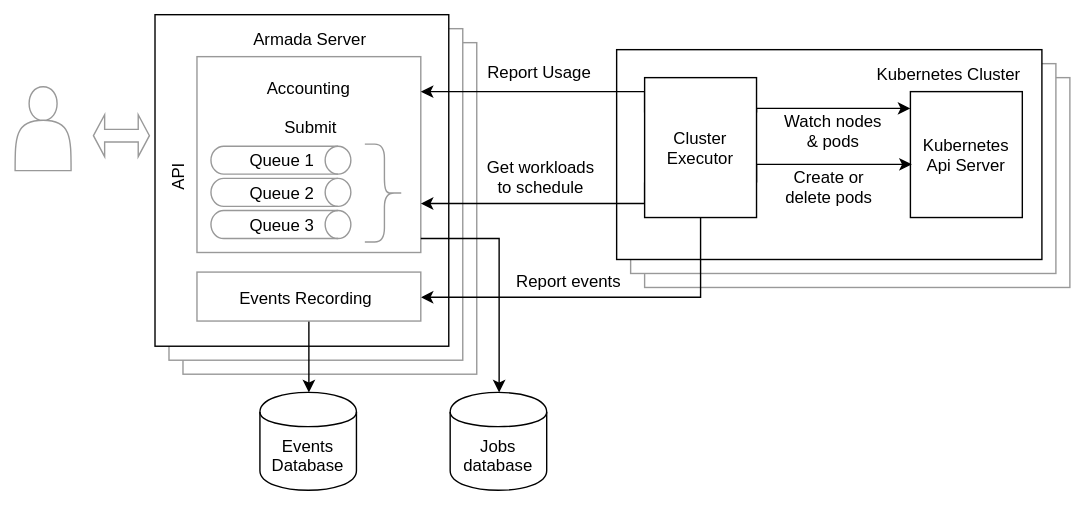
This is docs/batch-api.svg from armadaproject/armada, a draw.io export, as it was before one commit. Source tidied: cells renumbered, new cells last; positions are measured from the earlier drawing's top-left corner, leaving out a move shared by most shapes.
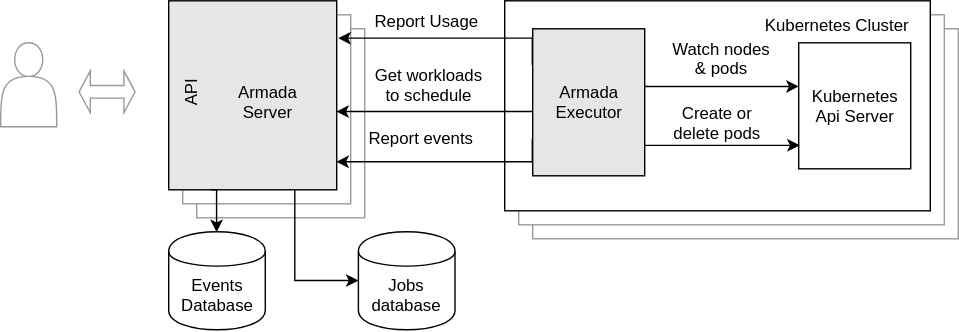
Above is the later version.

Diff of the diagram source:
```diff
@@ -2,138 +2,113 @@
   <root>
     <mxCell id="0" />
     <mxCell id="1" parent="0" />
-    <mxCell id="2" style="rounded=0;whiteSpace=wrap;html=1;strokeColor=#999999;" parent="1" vertex="1">
-      <mxGeometry x="120" y="20" width="210" height="237" as="geometry" />
-    </mxCell>
-    <mxCell id="3" style="rounded=0;whiteSpace=wrap;html=1;strokeColor=#999999;" parent="1" vertex="1">
-      <mxGeometry x="110" y="10" width="210" height="237" as="geometry" />
-    </mxCell>
+    <mxCell id="38" style="rounded=0;whiteSpace=wrap;html=1;strokeColor=#999999;fontFamily=Helvetica;" parent="1" vertex="1">
+      <mxGeometry x="210" y="45" width="120" height="135" as="geometry" />
+    </mxCell>
+    <mxCell id="39" style="rounded=0;whiteSpace=wrap;html=1;strokeColor=#999999;fontFamily=Helvetica;" parent="1" vertex="1">
+      <mxGeometry x="200" y="35" width="120" height="135" as="geometry" />
+    </mxCell>
+    <mxCell id="40" style="edgeStyle=orthogonalEdgeStyle;rounded=0;jettySize=auto;html=1;exitX=0.75;exitY=1;exitDx=0;exitDy=0;entryX=0;entryY=0.5;entryDx=0;entryDy=0;fontFamily=Helvetica;" parent="1" edge="1" source="4" target="35">
+      <mxGeometry relative="1" as="geometry" />
+    </mxCell>
-    <mxCell id="4" style="rounded=0;whiteSpace=wrap;html=1;" parent="1" vertex="1">
-      <mxGeometry x="100" width="210" height="237" as="geometry" />
+    <mxCell id="4" style="rounded=0;whiteSpace=wrap;html=1;fillColor=#E6E6E6;fontFamily=Helvetica;" parent="1" vertex="1">
+      <mxGeometry x="190" y="25" width="120" height="135" as="geometry" />
     </mxCell>
-    <mxCell id="5" style="rounded=0;whiteSpace=wrap;html=1;strokeColor=#999999;" parent="1" vertex="1">
+    <mxCell id="5" style="rounded=0;whiteSpace=wrap;html=1;strokeColor=#999999;fontFamily=Helvetica;" parent="1" vertex="1">
       <mxGeometry x="450" y="45" width="304" height="150" as="geometry" />
     </mxCell>
-    <mxCell id="6" style="rounded=0;whiteSpace=wrap;html=1;strokeColor=#999999;" parent="1" vertex="1">
+    <mxCell id="6" style="rounded=0;whiteSpace=wrap;html=1;strokeColor=#999999;fontFamily=Helvetica;" parent="1" vertex="1">
       <mxGeometry x="440" y="35" width="304" height="150" as="geometry" />
     </mxCell>
-    <mxCell id="7" style="rounded=0;whiteSpace=wrap;html=1;" parent="1" vertex="1">
+    <mxCell id="7" style="rounded=0;whiteSpace=wrap;html=1;fontFamily=Helvetica;" parent="1" vertex="1">
       <mxGeometry x="430" y="25" width="304" height="150" as="geometry" />
     </mxCell>
-    <mxCell id="8" style="rounded=0;whiteSpace=wrap;html=1;strokeColor=#999;" parent="1" vertex="1">
-      <mxGeometry x="130" y="30" width="160" height="140" as="geometry" />
-    </mxCell>
-    <mxCell id="9" value="Submit" style="text;html=1;strokeColor=none;fillColor=none;align=center;verticalAlign=middle;whiteSpace=wrap;rounded=0;direction=south;" parent="1" vertex="1">
-      <mxGeometry x="177.5" y="49.5" width="65" height="60" as="geometry" />
-    </mxCell>
-    <mxCell id="10" value="Kubernetes Api Server" style="rounded=0;whiteSpace=wrap;html=1;" parent="1" vertex="1">
+    <mxCell id="10" value="Kubernetes Api Server" style="rounded=0;whiteSpace=wrap;html=1;fontFamily=Helvetica;" parent="1" vertex="1">
       <mxGeometry x="640" y="55" width="80" height="90" as="geometry" />
     </mxCell>
-    <mxCell id="11" style="edgeStyle=orthogonalEdgeStyle;rounded=0;jettySize=auto;html=1;exitX=1;exitY=0.75;exitDx=0;exitDy=0;" parent="1" edge="1" source="27">
+    <mxCell id="11" style="edgeStyle=orthogonalEdgeStyle;rounded=0;orthogonalLoop=1;jettySize=auto;html=1;exitX=1;exitY=0.75;exitDx=0;exitDy=0;fontFamily=Helvetica;" parent="1" edge="1">
       <mxGeometry relative="1" as="geometry">
-        <mxPoint x="641" y="106.5" as="targetPoint" />
+        <mxPoint x="530" y="145.7" as="sourcePoint" />
+        <mxPoint x="641" y="128.5" as="targetPoint" />
         <Array as="points">
-          <mxPoint x="530" y="106.5" />
+          <mxPoint x="530" y="128.5" />
         </Array>
       </mxGeometry>
     </mxCell>
-    <mxCell id="12" value="Kubernetes Cluster" style="text;html=1;strokeColor=none;fillColor=none;align=right;verticalAlign=middle;whiteSpace=wrap;rounded=0;" parent="1" vertex="1">
+    <mxCell id="12" value="Kubernetes Cluster" style="text;html=1;strokeColor=none;fillColor=none;align=right;verticalAlign=middle;whiteSpace=wrap;rounded=0;fontFamily=Helvetica;" parent="1" vertex="1">
       <mxGeometry x="550" y="32" width="170" height="20" as="geometry" />
     </mxCell>
-    <mxCell id="13" value="Queue 1" style="strokeWidth=1;html=1;shape=mxgraph.flowchart.direct_data;whiteSpace=wrap;strokeColor=#999999;" parent="1" vertex="1">
-      <mxGeometry x="140" y="94" width="100" height="20" as="geometry" />
-    </mxCell>
-    <mxCell id="14" value="Queue 2" style="strokeWidth=1;html=1;shape=mxgraph.flowchart.direct_data;whiteSpace=wrap;strokeColor=#999999;" parent="1" vertex="1">
-      <mxGeometry x="140" y="117" width="100" height="20" as="geometry" />
-    </mxCell>
-    <mxCell id="15" value="Queue 3" style="strokeWidth=1;html=1;shape=mxgraph.flowchart.direct_data;whiteSpace=wrap;strokeColor=#999999;" parent="1" vertex="1">
-      <mxGeometry x="140" y="140" width="100" height="20" as="geometry" />
-    </mxCell>
-    <mxCell id="16" style="shape=curlyBracket;whiteSpace=wrap;html=1;rounded=1;strokeColor=#999999;strokeWidth=1;rotation=180;" parent="1" vertex="1">
-      <mxGeometry x="250" y="92.5" width="28" height="70" as="geometry" />
-    </mxCell>
-    <mxCell id="17" value="Accounting" style="text;html=1;strokeColor=none;fillColor=none;align=center;verticalAlign=middle;whiteSpace=wrap;rounded=0;" parent="1" vertex="1">
-      <mxGeometry x="165" y="41.5" width="90" height="20" as="geometry" />
-    </mxCell>
-    <mxCell id="18" value="Watch nodes &amp;amp; pods" style="text;html=1;strokeColor=none;fillColor=none;align=center;verticalAlign=middle;whiteSpace=wrap;rounded=0;" parent="1" vertex="1">
-      <mxGeometry x="545" y="73" width="80" height="20" as="geometry" />
+    <mxCell id="18" value="Watch nodes &amp;amp; pods" style="text;html=1;strokeColor=none;fillColor=none;align=center;verticalAlign=middle;whiteSpace=wrap;rounded=0;fontFamily=Helvetica;" parent="1" vertex="1">
+      <mxGeometry x="545" y="56" width="80" height="20" as="geometry" />
     </mxCell>
-    <mxCell id="19" value="Create or delete pods" style="text;html=1;strokeColor=none;fillColor=none;align=center;verticalAlign=middle;whiteSpace=wrap;rounded=0;" parent="1" vertex="1">
-      <mxGeometry x="542" y="111.5" width="80" height="22" as="geometry" />
+    <mxCell id="19" value="Create or delete pods" style="text;html=1;strokeColor=none;fillColor=none;align=center;verticalAlign=middle;whiteSpace=wrap;rounded=0;fontFamily=Helvetica;" parent="1" vertex="1">
+      <mxGeometry x="542" y="101.5" width="80" height="22" as="geometry" />
     </mxCell>
-    <mxCell id="20" value="Get workloads to schedule" style="text;html=1;strokeColor=none;fillColor=none;align=center;verticalAlign=middle;whiteSpace=wrap;rounded=0;" parent="1" vertex="1">
-      <mxGeometry x="336" y="109" width="80" height="13" as="geometry" />
+    <mxCell id="20" value="Get workloads to schedule" style="text;html=1;strokeColor=none;fillColor=none;align=center;verticalAlign=middle;whiteSpace=wrap;rounded=0;fontFamily=Helvetica;" parent="1" vertex="1">
+      <mxGeometry x="336" y="79" width="80" height="13" as="geometry" />
     </mxCell>
-    <mxCell id="21" style="shape=actor;whiteSpace=wrap;html=1;strokeColor=#999999;strokeWidth=1;" parent="1" vertex="1">
-      <mxGeometry y="51.5" width="40" height="60" as="geometry" />
+    <mxCell id="21" style="shape=actor;whiteSpace=wrap;html=1;strokeColor=#999999;strokeWidth=1;fontFamily=Helvetica;" parent="1" vertex="1">
+      <mxGeometry x="70" y="55" width="40" height="60" as="geometry" />
     </mxCell>
-    <mxCell id="22" style="shape=doubleArrow;whiteSpace=wrap;html=1;strokeColor=#999999;strokeWidth=1;" parent="1" vertex="1">
-      <mxGeometry x="56" y="71.5" width="40" height="30" as="geometry" />
+    <mxCell id="22" style="shape=doubleArrow;whiteSpace=wrap;html=1;strokeColor=#999999;strokeWidth=1;fontFamily=Helvetica;" parent="1" vertex="1">
+      <mxGeometry x="126" y="75" width="40" height="30" as="geometry" />
     </mxCell>
-    <mxCell id="23" style="edgeStyle=orthogonalEdgeStyle;rounded=0;jettySize=auto;html=1;exitX=0;exitY=0.75;exitDx=0;exitDy=0;" parent="1" edge="1" source="27" target="8">
+    <mxCell id="23" style="edgeStyle=orthogonalEdgeStyle;rounded=0;orthogonalLoop=1;jettySize=auto;html=1;exitX=0;exitY=0.75;exitDx=0;exitDy=0;fontFamily=Helvetica;" parent="1" edge="1">
       <mxGeometry relative="1" as="geometry">
+        <mxPoint x="450.3" y="90" as="sourcePoint" />
+        <mxPoint x="310" y="104" as="targetPoint" />
         <Array as="points">
-          <mxPoint x="450" y="134.5" />
+          <mxPoint x="450" y="104.5" />
         </Array>
       </mxGeometry>
     </mxCell>
-    <mxCell id="24" style="edgeStyle=orthogonalEdgeStyle;rounded=0;jettySize=auto;html=1;exitX=0.5;exitY=1;exitDx=0;exitDy=0;entryX=1;entryY=0.5;entryDx=0;entryDy=0;" parent="1" edge="1" source="27" target="30">
-      <mxGeometry relative="1" as="geometry" />
-    </mxCell>
-    <mxCell id="25" style="edgeStyle=orthogonalEdgeStyle;rounded=0;jettySize=auto;html=1;exitX=0;exitY=0.25;exitDx=0;exitDy=0;" parent="1" edge="1" source="27">
+    <mxCell id="25" style="edgeStyle=orthogonalEdgeStyle;rounded=0;jettySize=auto;html=1;exitX=0;exitY=0.25;exitDx=0;exitDy=0;entryX=1.01;entryY=0.199;entryDx=0;entryDy=0;entryPerimeter=0;fontFamily=Helvetica;" parent="1" edge="1" source="27" target="4">
       <mxGeometry relative="1" as="geometry">
-        <mxPoint x="290" y="54.5" as="targetPoint" />
         <Array as="points">
-          <mxPoint x="450" y="54.5" />
-          <mxPoint x="290" y="54.5" />
+          <mxPoint x="450" y="52" />
         </Array>
       </mxGeometry>
     </mxCell>
-    <mxCell id="26" style="edgeStyle=orthogonalEdgeStyle;rounded=0;jettySize=auto;html=1;exitX=1;exitY=0.25;exitDx=0;exitDy=0;" parent="1" edge="1" source="27">
+    <mxCell id="26" style="edgeStyle=orthogonalEdgeStyle;rounded=0;orthogonalLoop=1;jettySize=auto;html=1;exitX=1;exitY=0.25;exitDx=0;exitDy=0;fontFamily=Helvetica;" parent="1" edge="1">
       <mxGeometry relative="1" as="geometry">
-        <mxPoint x="640" y="66.5" as="targetPoint" />
+        <mxPoint x="530" y="91.3" as="sourcePoint" />
+        <mxPoint x="640" y="86.5" as="targetPoint" />
         <Array as="points">
-          <mxPoint x="530" y="66.5" />
-          <mxPoint x="640" y="66.5" />
+          <mxPoint x="530" y="86.5" />
+          <mxPoint x="640" y="86.5" />
         </Array>
       </mxGeometry>
     </mxCell>
+    <mxCell id="41" style="edgeStyle=orthogonalEdgeStyle;rounded=0;jettySize=auto;html=1;exitX=0;exitY=0.75;exitDx=0;exitDy=0;entryX=1;entryY=0.852;entryDx=0;entryDy=0;entryPerimeter=0;fontFamily=Helvetica;" parent="1" edge="1" source="27" target="4">
+      <mxGeometry relative="1" as="geometry">
+        <Array as="points">
+          <mxPoint x="450" y="140" />
+        </Array>
+      </mxGeometry>
+    </mxCell>
-    <mxCell id="27" value="Cluster Executor" style="rounded=0;whiteSpace=wrap;html=1;" parent="1" vertex="1">
-      <mxGeometry x="450" y="45" width="80" height="100" as="geometry" />
+    <mxCell id="27" value="Armada Executor" style="rounded=0;whiteSpace=wrap;html=1;fillColor=#E6E6E6;fontFamily=Helvetica;" parent="1" vertex="1">
+      <mxGeometry x="450" y="45" width="80" height="105" as="geometry" />
     </mxCell>
-    <mxCell id="28" value="API" style="rounded=0;whiteSpace=wrap;html=1;rotation=-90;strokeColor=none;" parent="1" vertex="1">
-      <mxGeometry x="27" y="105.5" width="178" height="20" as="geometry" />
+    <mxCell id="28" value="API" style="rounded=0;whiteSpace=wrap;html=1;rotation=-90;strokeColor=none;fillColor=none;fontFamily=Helvetica;" parent="1" vertex="1">
+      <mxGeometry x="145" y="81" width="121" height="20" as="geometry" />
     </mxCell>
-    <mxCell id="29" style="edgeStyle=orthogonalEdgeStyle;rounded=0;jettySize=auto;html=1;exitX=0.5;exitY=1;exitDx=0;exitDy=0;entryX=0.5;entryY=0;entryDx=0;entryDy=0;" parent="1" edge="1" source="30" target="34">
+    <mxCell id="29" style="edgeStyle=orthogonalEdgeStyle;rounded=0;jettySize=auto;html=1;exitX=0.25;exitY=1;exitDx=0;exitDy=0;entryX=0.5;entryY=0;entryDx=0;entryDy=0;fontFamily=Helvetica;" parent="1" edge="1" source="4" target="34">
       <mxGeometry relative="1" as="geometry" />
     </mxCell>
-    <mxCell id="30" style="rounded=0;whiteSpace=wrap;html=1;strokeColor=#999;" parent="1" vertex="1">
-      <mxGeometry x="130" y="184" width="160" height="35" as="geometry" />
-    </mxCell>
-    <mxCell id="31" value="Report events" style="text;html=1;strokeColor=none;fillColor=none;align=center;verticalAlign=middle;whiteSpace=wrap;rounded=0;" parent="1" vertex="1">
-      <mxGeometry x="354.5" y="183.5" width="80" height="13" as="geometry" />
+    <mxCell id="31" value="Report events" style="text;html=1;strokeColor=none;fillColor=none;align=center;verticalAlign=middle;whiteSpace=wrap;rounded=0;fontFamily=Helvetica;" parent="1" vertex="1">
+      <mxGeometry x="330" y="116" width="80" height="13" as="geometry" />
     </mxCell>
-    <mxCell id="32" value="Events Recording&lt;br&gt;" style="text;html=1;strokeColor=none;fillColor=none;align=center;verticalAlign=middle;whiteSpace=wrap;rounded=0;" parent="1" vertex="1">
-      <mxGeometry x="134" y="192" width="146" height="20" as="geometry" />
-    </mxCell>
-    <mxCell id="33" value="Report Usage" style="text;html=1;strokeColor=none;fillColor=none;align=center;verticalAlign=middle;whiteSpace=wrap;rounded=0;" parent="1" vertex="1">
-      <mxGeometry x="334" y="34.5" width="80" height="13" as="geometry" />
+    <mxCell id="33" value="Report Usage" style="text;html=1;strokeColor=none;fillColor=none;align=center;verticalAlign=middle;whiteSpace=wrap;rounded=0;fontFamily=Helvetica;" parent="1" vertex="1">
+      <mxGeometry x="334" y="32" width="80" height="13" as="geometry" />
     </mxCell>
-    <mxCell id="34" value="Events Database" style="shape=cylinder;whiteSpace=wrap;html=1;boundedLbl=1;backgroundOutline=1;" parent="1" vertex="1">
-      <mxGeometry x="175" y="270" width="69" height="70" as="geometry" />
+    <mxCell id="34" value="Events Database" style="shape=cylinder;whiteSpace=wrap;html=1;boundedLbl=1;backgroundOutline=1;fontFamily=Helvetica;" parent="1" vertex="1">
+      <mxGeometry x="190" y="190" width="69" height="70" as="geometry" />
     </mxCell>
-    <mxCell id="35" value="Jobs database" style="shape=cylinder;whiteSpace=wrap;html=1;boundedLbl=1;backgroundOutline=1;" parent="1" vertex="1">
-      <mxGeometry x="311" y="270" width="69" height="70" as="geometry" />
+    <mxCell id="35" value="Jobs database" style="shape=cylinder;whiteSpace=wrap;html=1;boundedLbl=1;backgroundOutline=1;fontFamily=Helvetica;" parent="1" vertex="1">
+      <mxGeometry x="325.5" y="190" width="69" height="70" as="geometry" />
     </mxCell>
-    <mxCell id="36" value="Armada Server" style="text;html=1;strokeColor=none;fillColor=none;align=center;verticalAlign=middle;whiteSpace=wrap;rounded=0;" parent="1" vertex="1">
-      <mxGeometry x="165" y="6.5" width="90" height="20" as="geometry" />
+    <mxCell id="36" value="&lt;div&gt;Armada &lt;br&gt;&lt;/div&gt;&lt;div&gt;Server&lt;/div&gt;" style="text;html=1;strokeColor=none;fillColor=none;align=center;verticalAlign=middle;whiteSpace=wrap;rounded=0;fontFamily=Helvetica;" parent="1" vertex="1">
+      <mxGeometry x="220" y="87" width="80" height="20" as="geometry" />
     </mxCell>
-    <mxCell id="37" style="edgeStyle=orthogonalEdgeStyle;rounded=0;jettySize=auto;html=1;entryX=0.5;entryY=0;entryDx=0;entryDy=0;" parent="1" edge="1" source="8" target="35">
-      <mxGeometry relative="1" as="geometry">
-        <Array as="points">
-          <mxPoint x="346" y="160" />
-        </Array>
-      </mxGeometry>
-    </mxCell>
   </root>
 </mxGraphModel>
```
